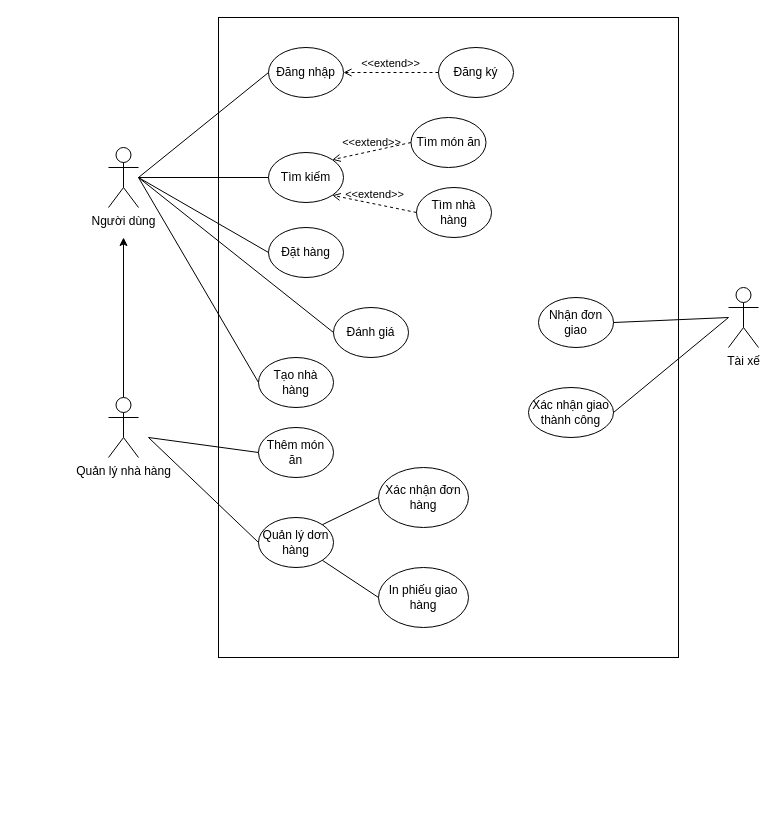
tuanta7/vdt keeps this draw.io diagram as page "Page-1" (1 of 2) of fosho.drawio. Above is the earlier version. Source tidied: cells renumbered, new cells numbered last; positions are measured from the earlier drawing's top-left corner, leaving out a move shared by most shapes. Both pictures are drawn from the tidied source at 100%, with x=0, y=0 at pixel (108, 17).
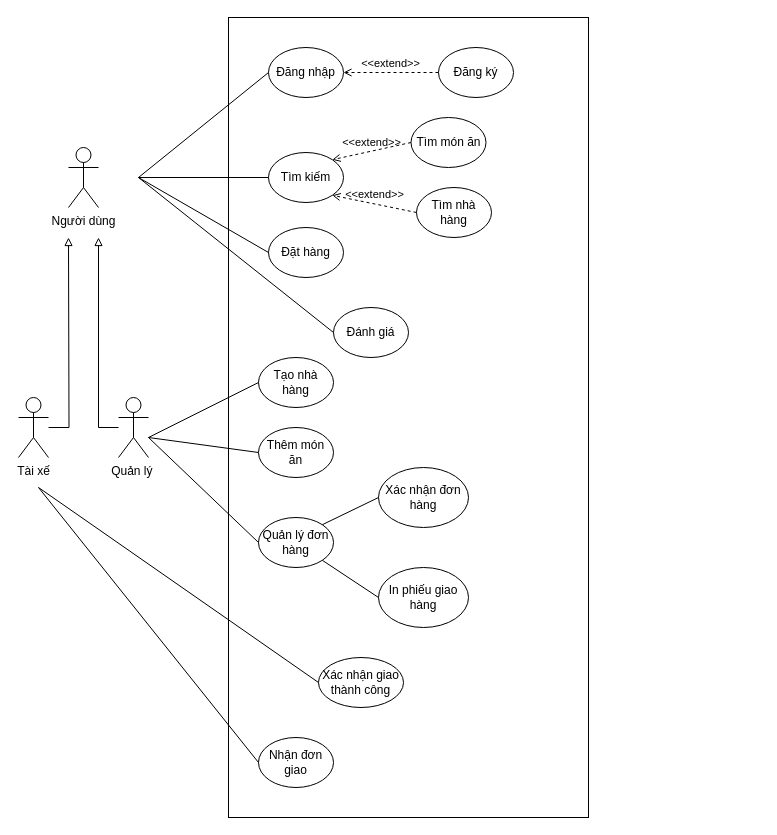
After the change.

Unchanged cells that the change refers to:
```xml
<mxCell id="9" value="Tạo nhà hàng" style="ellipse;whiteSpace=wrap;html=1;" parent="1" vertex="1">
  <mxGeometry x="150" y="340" width="75" height="50" as="geometry" />
</mxCell>
```

The edit, as a diff of the source:
```diff
@@
-    <mxCell id="2" style="rounded=0;whiteSpace=wrap;html=1;" parent="1" vertex="1">
-      <mxGeometry x="110" width="460" height="640" as="geometry" />
+    <mxCell id="2" style="rounded=0;whiteSpace=wrap;html=1;fillColor=none;" parent="1" vertex="1">
+      <mxGeometry x="120" width="360" height="800" as="geometry" />
     </mxCell>
     <mxCell id="3" value="Người dùng" style="shape=umlActor;verticalLabelPosition=bottom;verticalAlign=top;html=1;" parent="1" vertex="1">
-      <mxGeometry y="130" width="30" height="60" as="geometry" />
+      <mxGeometry x="-40" y="130" width="30" height="60" as="geometry" />
     </mxCell>
-    <mxCell id="4" style="edgeStyle=orthogonalEdgeStyle;rounded=0;jettySize=auto;html=1;" parent="1" edge="1" source="5">
-      <mxGeometry relative="1" as="geometry">
-        <mxPoint x="15" y="220" as="targetPoint" />
-      </mxGeometry>
-    </mxCell>
+    <mxCell id="35" style="edgeStyle=orthogonalEdgeStyle;rounded=0;jettySize=auto;html=1;endArrow=block;endFill=0;" parent="1" edge="1" source="5">
+      <mxGeometry relative="1" as="geometry">
+        <mxPoint x="-10" y="220" as="targetPoint" />
+      </mxGeometry>
+    </mxCell>
-    <mxCell id="5" value="Quản lý nhà hàng" style="shape=umlActor;verticalLabelPosition=bottom;verticalAlign=top;html=1;outlineConnect=0;" parent="1" vertex="1">
-      <mxGeometry y="380" width="30" height="60" as="geometry" />
+    <mxCell id="5" value="Quản lý&amp;nbsp;" style="shape=umlActor;verticalLabelPosition=bottom;verticalAlign=top;html=1;outlineConnect=0;" parent="1" vertex="1">
+      <mxGeometry x="10" y="380" width="30" height="60" as="geometry" />
     </mxCell>
@@
     <mxCell id="12" style="endArrow=none;html=1;rounded=0;entryX=0;entryY=0.5;entryDx=0;entryDy=0;" parent="1" edge="1" target="9">
       <mxGeometry relative="1" as="geometry">
-        <mxPoint x="30" y="160" as="sourcePoint" />
+        <mxPoint x="40" y="420" as="sourcePoint" />
       </mxGeometry>
     </mxCell>
@@
-    <mxCell id="14" value="Quản lý dơn hàng" style="ellipse;whiteSpace=wrap;html=1;" parent="1" vertex="1">
+    <mxCell id="14" value="Quản lý đơn hàng" style="ellipse;whiteSpace=wrap;html=1;" parent="1" vertex="1">
       <mxGeometry x="150" y="500" width="75" height="50" as="geometry" />
     </mxCell>
@@
-    <mxCell id="20" value="Tài xế" style="shape=umlActor;verticalLabelPosition=bottom;verticalAlign=top;html=1;outlineConnect=0;" parent="1" vertex="1">
-      <mxGeometry x="620" y="270" width="30" height="60" as="geometry" />
-    </mxCell>
@@
     <mxCell id="27" value="Nhận đơn giao" style="ellipse;whiteSpace=wrap;html=1;" parent="1" vertex="1">
-      <mxGeometry x="430" y="280" width="75" height="50" as="geometry" />
+      <mxGeometry x="150" y="720" width="75" height="50" as="geometry" />
     </mxCell>
-    <mxCell id="28" style="endArrow=none;html=1;rounded=0;exitX=1;exitY=0.5;exitDx=0;exitDy=0;" parent="1" edge="1" source="27">
+    <mxCell id="28" style="endArrow=none;html=1;rounded=0;exitX=0;exitY=0.5;exitDx=0;exitDy=0;" parent="1" edge="1" source="27">
       <mxGeometry relative="1" as="geometry">
-        <mxPoint x="620" y="300" as="targetPoint" />
+        <mxPoint x="-70" y="470" as="targetPoint" />
       </mxGeometry>
     </mxCell>
     <mxCell id="29" value="Xác nhận giao thành công" style="ellipse;whiteSpace=wrap;html=1;" parent="1" vertex="1">
-      <mxGeometry x="420" y="370" width="85" height="50" as="geometry" />
+      <mxGeometry x="210" y="640" width="85" height="50" as="geometry" />
     </mxCell>
-    <mxCell id="30" style="endArrow=none;html=1;rounded=0;exitX=1;exitY=0.5;exitDx=0;exitDy=0;" parent="1" edge="1" source="29">
+    <mxCell id="30" style="endArrow=none;html=1;rounded=0;exitX=0;exitY=0.5;exitDx=0;exitDy=0;" parent="1" edge="1" source="29">
       <mxGeometry relative="1" as="geometry">
-        <mxPoint x="620" y="300" as="targetPoint" />
+        <mxPoint x="-70" y="470" as="targetPoint" />
       </mxGeometry>
     </mxCell>
@@
+    <mxCell id="36" style="edgeStyle=orthogonalEdgeStyle;rounded=0;jettySize=auto;html=1;endArrow=block;endFill=0;" parent="1" edge="1" source="20">
+      <mxGeometry relative="1" as="geometry">
+        <mxPoint x="-40" y="220" as="targetPoint" />
+      </mxGeometry>
+    </mxCell>
+    <mxCell id="20" value="Tài xế" style="shape=umlActor;verticalLabelPosition=bottom;verticalAlign=top;html=1;outlineConnect=0;" parent="1" vertex="1">
+      <mxGeometry x="-90" y="380" width="30" height="60" as="geometry" />
+    </mxCell>
```
